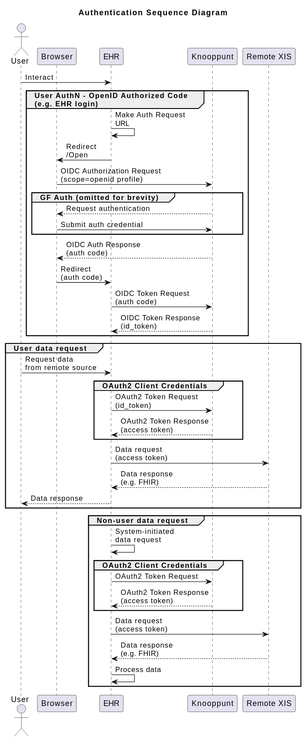
This is docs/images/authentication-sd.svg from nuts-foundation/nuts-knooppunt, a PlantUML export, as it was before one commit.
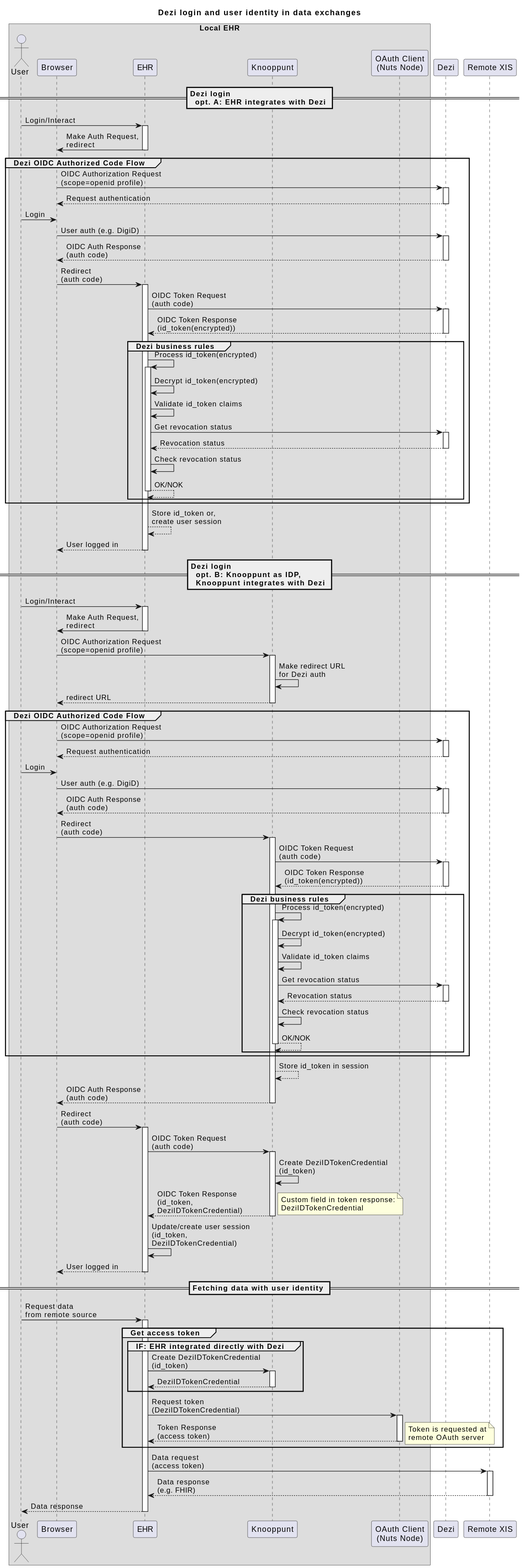
The same file after the commit.

Commit message:
Design: Dezi integration and DeziIDTokenCredential

The edit, as a diff of the source:
```diff
@@ -1,51 +1,133 @@
 @startuml
-title Authentication Sequence Diagram
+title Dezi login and user identity in data exchanges
 
-actor User
-participant Browser
-participant EHR
-participant Knooppunt
-
+box "Local EHR"
+    actor User
+    participant Browser
+    participant EHR
+    participant Knooppunt
+    participant AuthClient as "OAuth Client\n(Nuts Node)"
+end box
+participant Dezi
 participant RemoteXIS as "Remote XIS"
 
-User -> EHR : Interact
-group User AuthN - OpenID Authorized Code\n(e.g. EHR login)
-    EHR -> EHR : Make Auth Request\nURL
-    EHR -> Browser : Redirect\n/Open
-    Browser -> Knooppunt : OIDC Authorization Request\n(scope=openid profile)
+== Dezi login\n  opt. A: EHR integrates with Dezi ==
+User -> EHR : Login/Interact
+activate EHR
+EHR -> Browser : Make Auth Request,\nredirect
+deactivate EHR
+group Dezi OIDC Authorized Code Flow
+Browser -> Dezi : OIDC Authorization Request\n(scope=openid profile)
+activate Dezi
+Dezi --> Browser : Request authentication
+deactivate Dezi
 
-    group GF Auth (omitted for brevity)
-        Knooppunt --> Browser : Request authentication
-        Browser -> Knooppunt : Submit auth credential
-    end
+User -> Browser : Login
+Browser -> Dezi : User auth (e.g. DigiD)
+activate Dezi
+Dezi --> Browser : OIDC Auth Response\n(auth code)
+deactivate Dezi
+Browser -> EHR : Redirect\n(auth code)
+activate EHR
+EHR -> Dezi : OIDC Token Request\n(auth code)
+activate Dezi
+    Dezi --> EHR : OIDC Token Response\n(id_token(encrypted))
+deactivate Dezi
+group Dezi business rules
+    EHR -> EHR : Process id_token(encrypted)
+    activate EHR
+    EHR -> EHR : Decrypt id_token(encrypted)
+    EHR -> EHR : Validate id_token claims
+    EHR -> Dezi : Get revocation status
+    activate Dezi
+    Dezi --> EHR : Revocation status
+    deactivate Dezi
+    EHR -> EHR : Check revocation status
+    EHR --> EHR : OK/NOK
+    deactivate EHR
+end group
+end group
+EHR --> EHR : Store id_token or,\ncreate user session
+EHR --> Browser : User logged in
+deactivate EHR
 
-    Knooppunt --> Browser : OIDC Auth Response\n(auth code)
-    Browser -> EHR : Redirect\n(auth code)
-    EHR -> Knooppunt : OIDC Token Request\n(auth code)
-    Knooppunt --> EHR : OIDC Token Response\n(id_token)
+== Dezi login\n  opt. B: Knooppunt as IDP,\n  Knooppunt integrates with Dezi ==
+User -> EHR : Login/Interact
+activate EHR
+EHR -> Browser : Make Auth Request,\nredirect
+deactivate EHR
+Browser -> Knooppunt : OIDC Authorization Request\n(scope=openid profile)
+activate Knooppunt
+Knooppunt -> Knooppunt : Make redirect URL\nfor Dezi auth
+Knooppunt --> Browser : redirect URL
+deactivate Knooppunt
+group Dezi OIDC Authorized Code Flow
+Browser -> Dezi : OIDC Authorization Request\n(scope=openid profile)
+activate Dezi
+Dezi --> Browser : Request authentication
+deactivate Dezi
+
+User -> Browser : Login
+Browser -> Dezi : User auth (e.g. DigiD)
+activate Dezi
+Dezi --> Browser : OIDC Auth Response\n(auth code)
+deactivate Dezi
+Browser -> Knooppunt : Redirect\n(auth code)
+activate Knooppunt
+Knooppunt -> Dezi : OIDC Token Request\n(auth code)
+activate Dezi
+    Dezi --> Knooppunt : OIDC Token Response\n(id_token(encrypted))
+deactivate Dezi
+group Dezi business rules
+    Knooppunt -> Knooppunt : Process id_token(encrypted)
+    activate Knooppunt
+    Knooppunt -> Knooppunt : Decrypt id_token(encrypted)
+    Knooppunt -> Knooppunt : Validate id_token claims
+    Knooppunt -> Dezi : Get revocation status
+    activate Dezi
+    Dezi --> Knooppunt : Revocation status
+    deactivate Dezi
+    Knooppunt -> Knooppunt : Check revocation status
+    Knooppunt --> Knooppunt : OK/NOK
+    deactivate Knooppunt
+end group
+end group
+Knooppunt --> Knooppunt : Store id_token in session
+Knooppunt --> Browser : OIDC Auth Response\n(auth code)
+deactivate Knooppunt
+Browser -> EHR : Redirect\n(auth code)
+activate EHR
+EHR -> Knooppunt : OIDC Token Request\n(auth code)
+activate Knooppunt
+    Knooppunt -> Knooppunt : Create DeziIDTokenCredential\n(id_token)
+    Knooppunt --> EHR : OIDC Token Response\n(id_token,\nDeziIDTokenCredential)
+    note right : Custom field in token response:\nDeziIDTokenCredential
+deactivate Knooppunt
+EHR -> EHR : Update/create user session\n(id_token,\nDeziIDTokenCredential)
+EHR --> Browser : User logged in
+deactivate EHR
+
+== Fetching data with user identity ==
+User -> EHR : Request data\nfrom remote source
+activate EHR
+group Get access token
+    group IF: EHR integrated directly with Dezi
+    EHR -> Knooppunt : Create DeziIDTokenCredential\n(id_token)
+    activate Knooppunt
+    Knooppunt --> EHR : DeziIDTokenCredential
+    deactivate Knooppunt
+    end group
+    EHR -> AuthClient : Request token\n(DeziIDTokenCredential)
+    activate AuthClient
+    AuthClient --> EHR : Token Response\n(access token)
+    note right : Token is requested at\nremote OAuth server
+    deactivate AuthClient
 end
 
-group User data request
-    User -> EHR : Request data\nfrom remote source
-    group OAuth2 Client Credentials
-        EHR -> Knooppunt : OAuth2 Token Request\n(id_token)
-        Knooppunt --> EHR : OAuth2 Token Response\n(access token)
-    end
-
-    EHR -> RemoteXIS : Data request\n(access token)
-    RemoteXIS --> EHR : Data response\n(e.g. FHIR)
-    EHR --> User : Data response
-end
-
-group Non-user data request
-    EHR -> EHR : System-initiated\ndata request
-    group OAuth2 Client Credentials
-        EHR -> Knooppunt : OAuth2 Token Request
-        Knooppunt --> EHR : OAuth2 Token Response\n(access token)
-    end
-
-    EHR -> RemoteXIS : Data request\n(access token)
-    RemoteXIS --> EHR : Data response\n(e.g. FHIR)
-    EHR -> EHR : Process data
-end
+EHR -> RemoteXIS : Data request\n(access token)
+activate RemoteXIS
+RemoteXIS --> EHR : Data response\n(e.g. FHIR)
+deactivate RemoteXIS
+EHR --> User : Data response
+deactivate EHR
 @enduml
```
